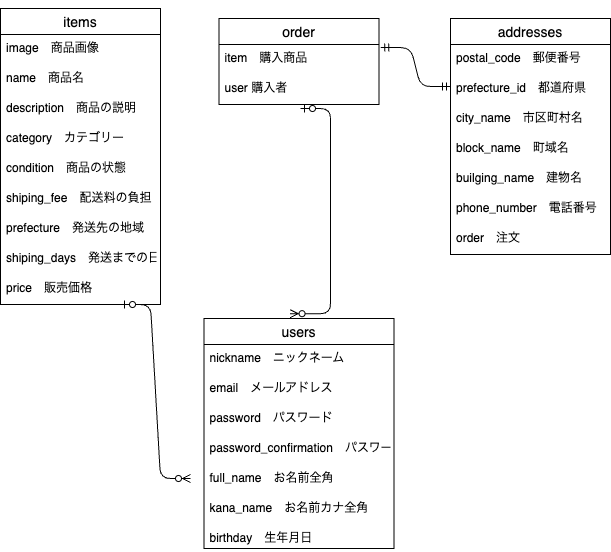
Before: test.png, a diagram exported from draw.io (k0344000/furima-40262-2). Source tidied: cells renumbered, new cells last; positions are measured from the earlier drawing's top-left corner, leaving out a move shared by most shapes. Its diagram source:
```xml
<mxGraphModel>
  <root>
    <mxCell id="0" />
    <mxCell id="1" parent="0" />
    <mxCell id="2" style="html=1;strokeColor=none;" parent="1" edge="1" target="33">
      <mxGeometry relative="1" as="geometry">
        <mxPoint x="270" y="360" as="sourcePoint" />
      </mxGeometry>
    </mxCell>
    <mxCell id="3" value="users" style="swimlane;fontStyle=0;horizontal=1;startSize=26;align=center;fontSize=14;" parent="1" vertex="1">
      <mxGeometry x="203.5" y="310" width="190" height="230" as="geometry" />
    </mxCell>
    <mxCell id="4" value="nickname　ニックネーム" style="text;strokeColor=none;fillColor=none;spacingLeft=4;spacingRight=4;overflow=hidden;fontSize=12;" parent="3" vertex="1">
      <mxGeometry y="26" width="190" height="30" as="geometry" />
    </mxCell>
    <mxCell id="5" value="email　メールアドレス" style="text;strokeColor=none;fillColor=none;spacingLeft=4;spacingRight=4;overflow=hidden;points=[[0,0.5],[1,0.5]];portConstraint=eastwest;fontSize=12;" parent="3" vertex="1">
      <mxGeometry y="56" width="190" height="30" as="geometry" />
    </mxCell>
    <mxCell id="6" value="password　パスワード&#10;" style="text;strokeColor=none;fillColor=none;spacingLeft=4;spacingRight=4;overflow=hidden;points=[[0,0.5],[1,0.5]];portConstraint=eastwest;fontSize=12;" parent="3" vertex="1">
      <mxGeometry y="86" width="190" height="30" as="geometry" />
    </mxCell>
    <mxCell id="7" value="password_confirmation　パスワード確認&#10;&#10;" style="text;strokeColor=none;fillColor=none;spacingLeft=4;spacingRight=4;overflow=hidden;fontSize=12;" parent="3" vertex="1">
      <mxGeometry y="116" width="190" height="30" as="geometry" />
    </mxCell>
    <mxCell id="8" value="full_name　お名前全角" style="text;strokeColor=none;fillColor=none;spacingLeft=4;spacingRight=4;overflow=hidden;fontSize=12;" parent="3" vertex="1">
      <mxGeometry y="146" width="190" height="30" as="geometry" />
    </mxCell>
    <mxCell id="9" value="kana_name　お名前カナ全角" style="text;strokeColor=none;fillColor=none;spacingLeft=4;spacingRight=4;overflow=hidden;fontSize=12;" parent="3" vertex="1">
      <mxGeometry y="176" width="190" height="30" as="geometry" />
    </mxCell>
    <mxCell id="10" value="birthday　生年月日&#10;" style="text;strokeColor=none;fillColor=none;spacingLeft=4;spacingRight=4;overflow=hidden;points=[[0,0.5],[1,0.5]];portConstraint=eastwest;fontSize=12;" parent="3" vertex="1">
      <mxGeometry y="206" width="190" height="24" as="geometry" />
    </mxCell>
    <mxCell id="11" value="items" style="swimlane;fontStyle=0;horizontal=1;startSize=26;align=center;fontSize=14;" parent="1" vertex="1">
      <mxGeometry width="160" height="296" as="geometry" />
    </mxCell>
    <mxCell id="12" value="image　商品画像" style="text;strokeColor=none;fillColor=none;spacingLeft=4;spacingRight=4;overflow=hidden;fontSize=12;" parent="11" vertex="1">
      <mxGeometry y="26" width="160" height="30" as="geometry" />
    </mxCell>
    <mxCell id="13" value="name　商品名" style="text;strokeColor=none;fillColor=none;spacingLeft=4;spacingRight=4;overflow=hidden;fontSize=12;" parent="11" vertex="1">
      <mxGeometry y="56" width="160" height="30" as="geometry" />
    </mxCell>
    <mxCell id="14" value="description　商品の説明" style="text;strokeColor=none;fillColor=none;spacingLeft=4;spacingRight=4;overflow=hidden;fontSize=12;" parent="11" vertex="1">
      <mxGeometry y="86" width="160" height="30" as="geometry" />
    </mxCell>
    <mxCell id="15" value="category　カテゴリー" style="text;strokeColor=none;fillColor=none;spacingLeft=4;spacingRight=4;overflow=hidden;fontSize=12;" parent="11" vertex="1">
      <mxGeometry y="116" width="160" height="30" as="geometry" />
    </mxCell>
    <mxCell id="16" value="condition　商品の状態" style="text;strokeColor=none;fillColor=none;spacingLeft=4;spacingRight=4;overflow=hidden;fontSize=12;" parent="11" vertex="1">
      <mxGeometry y="146" width="160" height="30" as="geometry" />
    </mxCell>
    <mxCell id="17" value="shiping_fee　配送料の負担" style="text;strokeColor=none;fillColor=none;spacingLeft=4;spacingRight=4;overflow=hidden;fontSize=12;" parent="11" vertex="1">
      <mxGeometry y="176" width="160" height="30" as="geometry" />
    </mxCell>
    <mxCell id="18" value="prefecture　発送先の地域" style="text;strokeColor=none;fillColor=none;spacingLeft=4;spacingRight=4;overflow=hidden;fontSize=12;" parent="11" vertex="1">
      <mxGeometry y="206" width="160" height="30" as="geometry" />
    </mxCell>
    <mxCell id="19" value="shiping_days　発送までの日数&#10;　" style="text;strokeColor=none;fillColor=none;spacingLeft=4;spacingRight=4;overflow=hidden;fontSize=12;" parent="11" vertex="1">
      <mxGeometry y="236" width="160" height="30" as="geometry" />
    </mxCell>
    <mxCell id="20" value="price　販売価格" style="text;strokeColor=none;fillColor=none;spacingLeft=4;spacingRight=4;overflow=hidden;fontSize=12;" parent="11" vertex="1">
      <mxGeometry y="266" width="160" height="30" as="geometry" />
    </mxCell>
    <mxCell id="21" value="addresses" style="swimlane;fontStyle=0;horizontal=1;startSize=26;align=center;fontSize=14;" parent="1" vertex="1">
      <mxGeometry x="450" y="10" width="160" height="236" as="geometry" />
    </mxCell>
    <mxCell id="22" value="postal_code　郵便番号" style="text;strokeColor=none;fillColor=none;spacingLeft=4;spacingRight=4;overflow=hidden;fontSize=12;" parent="21" vertex="1">
      <mxGeometry y="26" width="160" height="30" as="geometry" />
    </mxCell>
    <mxCell id="23" value="prefecture_id　都道府県" style="text;strokeColor=none;fillColor=none;spacingLeft=4;spacingRight=4;overflow=hidden;fontSize=12;" parent="21" vertex="1">
      <mxGeometry y="56" width="160" height="30" as="geometry" />
    </mxCell>
    <mxCell id="24" value="city_name　市区町村名" style="text;strokeColor=none;fillColor=none;spacingLeft=4;spacingRight=4;overflow=hidden;fontSize=12;" parent="21" vertex="1">
      <mxGeometry y="86" width="160" height="30" as="geometry" />
    </mxCell>
    <mxCell id="25" value="block_name　町域名" style="text;strokeColor=none;fillColor=none;spacingLeft=4;spacingRight=4;overflow=hidden;fontSize=12;" parent="21" vertex="1">
      <mxGeometry y="116" width="160" height="30" as="geometry" />
    </mxCell>
    <mxCell id="26" value="builging_name　建物名" style="text;strokeColor=none;fillColor=none;spacingLeft=4;spacingRight=4;overflow=hidden;fontSize=12;" parent="21" vertex="1">
      <mxGeometry y="146" width="160" height="30" as="geometry" />
    </mxCell>
    <mxCell id="27" value="phone_number　電話番号" style="text;strokeColor=none;fillColor=none;spacingLeft=4;spacingRight=4;overflow=hidden;fontSize=12;" parent="21" vertex="1">
      <mxGeometry y="176" width="160" height="30" as="geometry" />
    </mxCell>
    <mxCell id="28" value="order　注文" style="text;strokeColor=none;fillColor=none;spacingLeft=4;spacingRight=4;overflow=hidden;fontSize=12;" parent="21" vertex="1">
      <mxGeometry y="206" width="160" height="30" as="geometry" />
    </mxCell>
    <mxCell id="29" style="edgeStyle=none;html=1;startArrow=none;strokeColor=none;" parent="1" edge="1" source="33">
      <mxGeometry relative="1" as="geometry">
        <mxPoint x="311" y="270" as="targetPoint" />
      </mxGeometry>
    </mxCell>
    <mxCell id="30" style="edgeStyle=none;html=1;endArrow=none;strokeColor=none;" parent="1" edge="1" target="33">
      <mxGeometry relative="1" as="geometry">
        <mxPoint x="311" y="290" as="sourcePoint" />
      </mxGeometry>
    </mxCell>
    <mxCell id="31" style="html=1;strokeColor=none;" parent="1" edge="1">
      <mxGeometry relative="1" as="geometry">
        <mxPoint x="269.3" y="360" as="sourcePoint" />
        <mxPoint x="260" y="250" as="targetPoint" />
      </mxGeometry>
    </mxCell>
    <mxCell id="32" style="edgeStyle=none;html=1;exitX=0.5;exitY=0;exitDx=0;exitDy=0;strokeColor=none;curved=1;shape=link;" parent="1" edge="1" source="33" target="10">
      <mxGeometry relative="1" as="geometry">
        <Array as="points">
          <mxPoint x="299" y="150" />
        </Array>
      </mxGeometry>
    </mxCell>
    <mxCell id="33" value="order" style="swimlane;fontStyle=0;horizontal=1;startSize=26;align=center;fontSize=14;" parent="1" vertex="1">
      <mxGeometry x="218.5" y="10" width="160" height="86" as="geometry" />
    </mxCell>
    <mxCell id="34" value="item　購入商品" style="text;strokeColor=none;fillColor=none;spacingLeft=4;spacingRight=4;overflow=hidden;points=[[0,0.5],[1,0.5]];portConstraint=eastwest;fontSize=12;" parent="33" vertex="1">
      <mxGeometry y="26" width="160" height="30" as="geometry" />
    </mxCell>
    <mxCell id="35" value="user 購入者" style="text;strokeColor=none;fillColor=none;spacingLeft=4;spacingRight=4;overflow=hidden;fontSize=12;" parent="33" vertex="1">
      <mxGeometry y="56" width="160" height="30" as="geometry" />
    </mxCell>
    <mxCell id="36" style="html=1;exitX=-0.015;exitY=0.122;exitDx=0;exitDy=0;entryX=0.143;entryY=-0.005;entryDx=0;entryDy=0;exitPerimeter=0;strokeColor=none;entryPerimeter=0;" parent="1" edge="1" source="5" target="11">
      <mxGeometry relative="1" as="geometry" />
    </mxCell>
    <mxCell id="37" style="html=1;exitX=0;exitY=0.5;exitDx=0;exitDy=0;entryX=0.374;entryY=-0.012;entryDx=0;entryDy=0;entryPerimeter=0;strokeColor=none;shape=link;" parent="1" edge="1" source="6" target="11">
      <mxGeometry relative="1" as="geometry" />
    </mxCell>
    <mxCell id="38" style="edgeStyle=entityRelationEdgeStyle;fontSize=12;html=1;endArrow=ERoneToMany;strokeColor=none;exitX=0.5;exitY=0;exitDx=0;exitDy=0;" parent="1" edge="1" source="11">
      <mxGeometry relative="1" as="geometry">
        <mxPoint x="180" y="80" as="targetPoint" />
      </mxGeometry>
    </mxCell>
    <mxCell id="39" style="endArrow=none;html=1;rounded=0;strokeColor=none;" parent="1" edge="1">
      <mxGeometry relative="1" as="geometry">
        <mxPoint x="130" y="120" as="sourcePoint" />
        <mxPoint x="270" y="270" as="targetPoint" />
      </mxGeometry>
    </mxCell>
    <mxCell id="40" style="edgeStyle=none;html=1;exitX=1;exitY=0.5;exitDx=0;exitDy=0;strokeColor=none;" parent="1" edge="1" source="5">
      <mxGeometry relative="1" as="geometry">
        <mxPoint x="430" y="70" as="targetPoint" />
      </mxGeometry>
    </mxCell>
    <mxCell id="41" style="edgeStyle=none;html=1;exitX=1;exitY=0.5;exitDx=0;exitDy=0;strokeColor=none;" parent="1" edge="1" source="5">
      <mxGeometry relative="1" as="geometry">
        <mxPoint x="420" y="71" as="targetPoint" />
      </mxGeometry>
    </mxCell>
    <mxCell id="42" style="edgeStyle=entityRelationEdgeStyle;fontSize=12;html=1;endArrow=ERzeroToMany;startArrow=ERzeroToOne;strokeColor=default;" parent="1" edge="1">
      <mxGeometry relative="1" as="geometry">
        <mxPoint x="120" y="296" as="sourcePoint" />
        <mxPoint x="190" y="470" as="targetPoint" />
      </mxGeometry>
    </mxCell>
    <mxCell id="43" style="edgeStyle=entityRelationEdgeStyle;fontSize=12;html=1;endArrow=ERzeroToMany;startArrow=ERzeroToOne;strokeColor=default;entryX=0.453;entryY=-0.021;entryDx=0;entryDy=0;entryPerimeter=0;" parent="1" edge="1" target="3">
      <mxGeometry relative="1" as="geometry">
        <mxPoint x="300" y="100" as="sourcePoint" />
      </mxGeometry>
    </mxCell>
    <mxCell id="44" style="edgeStyle=entityRelationEdgeStyle;fontSize=12;html=1;endArrow=ERmandOne;startArrow=ERmandOne;strokeColor=default;exitX=1.011;exitY=0.104;exitDx=0;exitDy=0;exitPerimeter=0;" parent="1" edge="1" source="34">
      <mxGeometry relative="1" as="geometry">
        <mxPoint x="450" y="78" as="targetPoint" />
      </mxGeometry>
    </mxCell>
  </root>
</mxGraphModel>
```
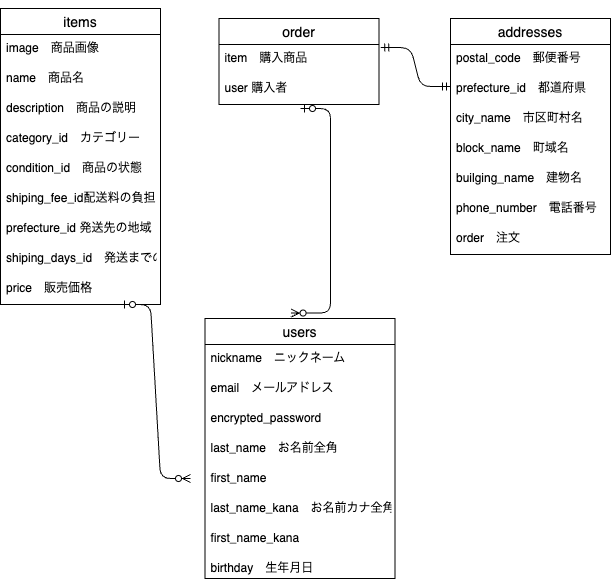
After the commit.

Diff of the diagram source:
```diff
@@ -8,7 +8,7 @@
       </mxGeometry>
     </mxCell>
     <mxCell id="3" value="users" style="swimlane;fontStyle=0;horizontal=1;startSize=26;align=center;fontSize=14;" parent="1" vertex="1">
-      <mxGeometry x="203.5" y="310" width="190" height="230" as="geometry" />
+      <mxGeometry x="204.5" y="310" width="190" height="260" as="geometry" />
     </mxCell>
     <mxCell id="4" value="nickname　ニックネーム" style="text;strokeColor=none;fillColor=none;spacingLeft=4;spacingRight=4;overflow=hidden;fontSize=12;" parent="3" vertex="1">
       <mxGeometry y="26" width="190" height="30" as="geometry" />
@@ -16,20 +16,23 @@
     <mxCell id="5" value="email　メールアドレス" style="text;strokeColor=none;fillColor=none;spacingLeft=4;spacingRight=4;overflow=hidden;points=[[0,0.5],[1,0.5]];portConstraint=eastwest;fontSize=12;" parent="3" vertex="1">
       <mxGeometry y="56" width="190" height="30" as="geometry" />
     </mxCell>
-    <mxCell id="6" value="password　パスワード&#10;" style="text;strokeColor=none;fillColor=none;spacingLeft=4;spacingRight=4;overflow=hidden;points=[[0,0.5],[1,0.5]];portConstraint=eastwest;fontSize=12;" parent="3" vertex="1">
+    <mxCell id="6" value="encrypted_password " style="text;strokeColor=none;fillColor=none;spacingLeft=4;spacingRight=4;overflow=hidden;points=[[0,0.5],[1,0.5]];portConstraint=eastwest;fontSize=12;" parent="3" vertex="1">
       <mxGeometry y="86" width="190" height="30" as="geometry" />
     </mxCell>
-    <mxCell id="7" value="password_confirmation　パスワード確認&#10;&#10;" style="text;strokeColor=none;fillColor=none;spacingLeft=4;spacingRight=4;overflow=hidden;fontSize=12;" parent="3" vertex="1">
-      <mxGeometry y="116" width="190" height="30" as="geometry" />
-    </mxCell>
-    <mxCell id="8" value="full_name　お名前全角" style="text;strokeColor=none;fillColor=none;spacingLeft=4;spacingRight=4;overflow=hidden;fontSize=12;" parent="3" vertex="1">
-      <mxGeometry y="146" width="190" height="30" as="geometry" />
+    <mxCell id="8" value="last_name　お名前全角" style="text;strokeColor=none;fillColor=none;spacingLeft=4;spacingRight=4;overflow=hidden;fontSize=12;" parent="3" vertex="1">
+      <mxGeometry y="116" width="190" height="30" as="geometry" />
     </mxCell>
+    <mxCell id="45" value="first_name" style="text;strokeColor=none;fillColor=none;spacingLeft=4;spacingRight=4;overflow=hidden;fontSize=12;" parent="3" vertex="1">
+      <mxGeometry y="146" width="190" height="30" as="geometry" />
+    </mxCell>
-    <mxCell id="9" value="kana_name　お名前カナ全角" style="text;strokeColor=none;fillColor=none;spacingLeft=4;spacingRight=4;overflow=hidden;fontSize=12;" parent="3" vertex="1">
+    <mxCell id="9" value="last_name_kana　お名前カナ全角" style="text;strokeColor=none;fillColor=none;spacingLeft=4;spacingRight=4;overflow=hidden;fontSize=12;" parent="3" vertex="1">
       <mxGeometry y="176" width="190" height="30" as="geometry" />
     </mxCell>
+    <mxCell id="46" value="first_name_kana" style="text;strokeColor=none;fillColor=none;spacingLeft=4;spacingRight=4;overflow=hidden;fontSize=12;" parent="3" vertex="1">
+      <mxGeometry y="206" width="190" height="30" as="geometry" />
+    </mxCell>
     <mxCell id="10" value="birthday　生年月日&#10;" style="text;strokeColor=none;fillColor=none;spacingLeft=4;spacingRight=4;overflow=hidden;points=[[0,0.5],[1,0.5]];portConstraint=eastwest;fontSize=12;" parent="3" vertex="1">
-      <mxGeometry y="206" width="190" height="24" as="geometry" />
+      <mxGeometry y="236" width="190" height="24" as="geometry" />
     </mxCell>
     <mxCell id="11" value="items" style="swimlane;fontStyle=0;horizontal=1;startSize=26;align=center;fontSize=14;" parent="1" vertex="1">
       <mxGeometry width="160" height="296" as="geometry" />
@@ -43,19 +46,19 @@
     <mxCell id="14" value="description　商品の説明" style="text;strokeColor=none;fillColor=none;spacingLeft=4;spacingRight=4;overflow=hidden;fontSize=12;" parent="11" vertex="1">
       <mxGeometry y="86" width="160" height="30" as="geometry" />
     </mxCell>
-    <mxCell id="15" value="category　カテゴリー" style="text;strokeColor=none;fillColor=none;spacingLeft=4;spacingRight=4;overflow=hidden;fontSize=12;" parent="11" vertex="1">
+    <mxCell id="15" value="category_id　カテゴリー" style="text;strokeColor=none;fillColor=none;spacingLeft=4;spacingRight=4;overflow=hidden;fontSize=12;" parent="11" vertex="1">
       <mxGeometry y="116" width="160" height="30" as="geometry" />
     </mxCell>
-    <mxCell id="16" value="condition　商品の状態" style="text;strokeColor=none;fillColor=none;spacingLeft=4;spacingRight=4;overflow=hidden;fontSize=12;" parent="11" vertex="1">
+    <mxCell id="16" value="condition_id　商品の状態" style="text;strokeColor=none;fillColor=none;spacingLeft=4;spacingRight=4;overflow=hidden;fontSize=12;" parent="11" vertex="1">
       <mxGeometry y="146" width="160" height="30" as="geometry" />
     </mxCell>
-    <mxCell id="17" value="shiping_fee　配送料の負担" style="text;strokeColor=none;fillColor=none;spacingLeft=4;spacingRight=4;overflow=hidden;fontSize=12;" parent="11" vertex="1">
+    <mxCell id="17" value="shiping_fee_id配送料の負担" style="text;strokeColor=none;fillColor=none;spacingLeft=4;spacingRight=4;overflow=hidden;fontSize=12;" parent="11" vertex="1">
       <mxGeometry y="176" width="160" height="30" as="geometry" />
     </mxCell>
-    <mxCell id="18" value="prefecture　発送先の地域" style="text;strokeColor=none;fillColor=none;spacingLeft=4;spacingRight=4;overflow=hidden;fontSize=12;" parent="11" vertex="1">
+    <mxCell id="18" value="prefecture_id 発送先の地域" style="text;strokeColor=none;fillColor=none;spacingLeft=4;spacingRight=4;overflow=hidden;fontSize=12;" parent="11" vertex="1">
       <mxGeometry y="206" width="160" height="30" as="geometry" />
     </mxCell>
-    <mxCell id="19" value="shiping_days　発送までの日数&#10;　" style="text;strokeColor=none;fillColor=none;spacingLeft=4;spacingRight=4;overflow=hidden;fontSize=12;" parent="11" vertex="1">
+    <mxCell id="19" value="shiping_days_id　発送までの日数&#10;　" style="text;strokeColor=none;fillColor=none;spacingLeft=4;spacingRight=4;overflow=hidden;fontSize=12;" parent="11" vertex="1">
       <mxGeometry y="236" width="160" height="30" as="geometry" />
     </mxCell>
     <mxCell id="20" value="price　販売価格" style="text;strokeColor=none;fillColor=none;spacingLeft=4;spacingRight=4;overflow=hidden;fontSize=12;" parent="11" vertex="1">
```
